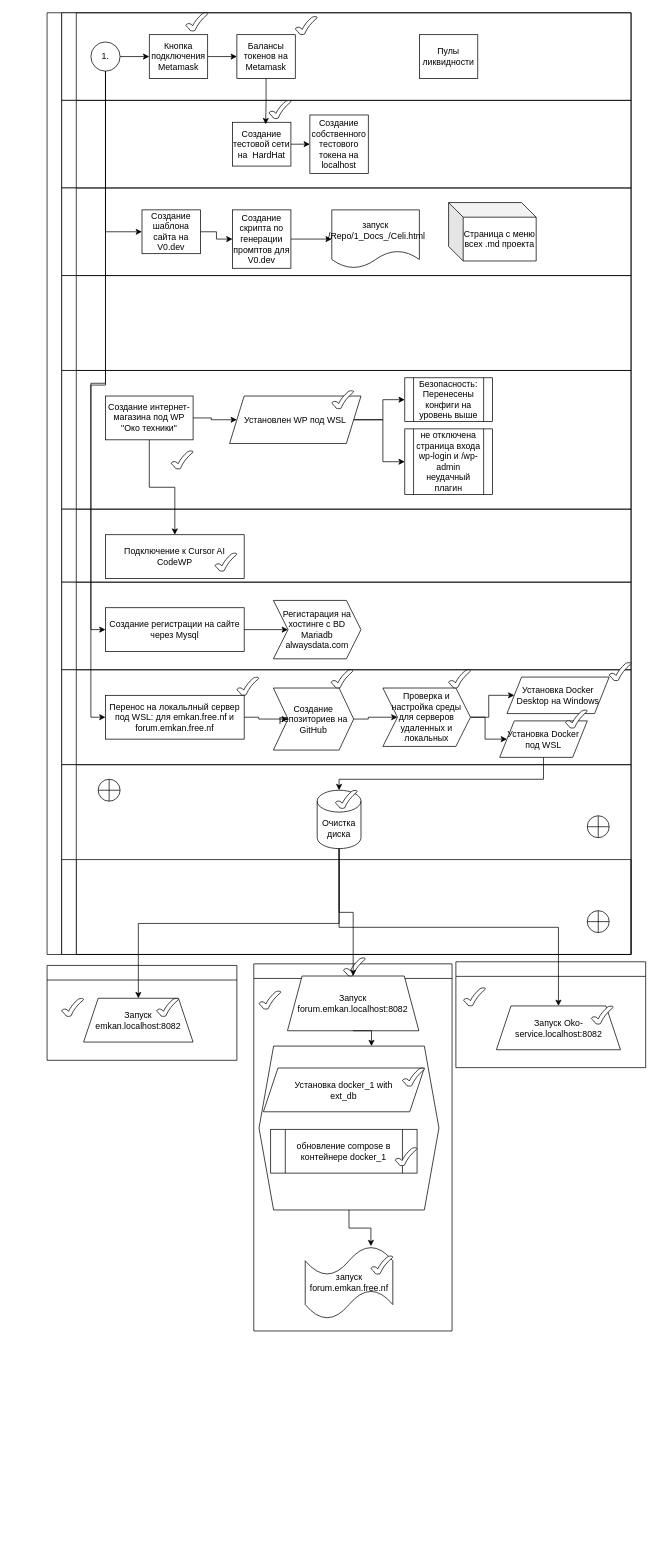
This is ЖИЦЗО.drawio from ElvenRivendil/Diagrams_blocks_algoritms, a draw.io file, before an edit. Source tidied: cells renumbered, new cells numbered last; positions are measured from the earlier drawing's top-left corner, leaving out a move shared by most shapes. Both pictures are drawn from the tidied source at 73%, with x=0, y=0 at pixel (47, 12).
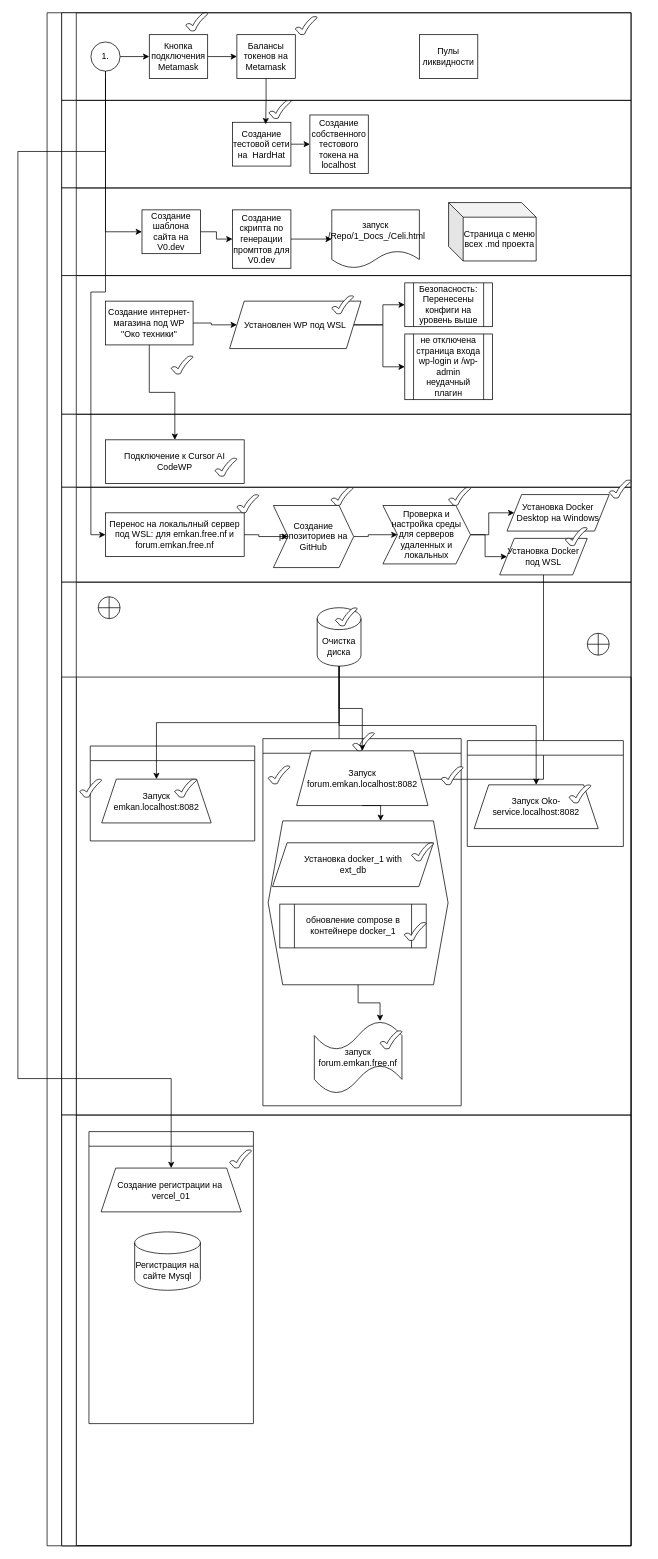
Above is the later version.

The change refers to these unchanged cells:
```xml
<mxCell id="5" value="1." style="ellipse;whiteSpace=wrap;html=1;" parent="3" vertex="1">
  <mxGeometry x="40" y="40" width="40" height="40" as="geometry" />
</mxCell>
<mxCell id="58" value="Установка Docker под WSL" style="shape=parallelogram;perimeter=parallelogramPerimeter;whiteSpace=wrap;html=1;fixedSize=1;" parent="48" vertex="1">
  <mxGeometry x="600" y="70" width="120" height="50" as="geometry" />
</mxCell>
<mxCell id="67" value="Очистка диска" style="shape=cylinder3;whiteSpace=wrap;html=1;boundedLbl=1;backgroundOutline=1;size=15;" parent="65" vertex="1">
  <mxGeometry x="350" y="35" width="60" height="80" as="geometry" />
</mxCell>
<mxCell id="78" value="Запуск forum.emkan.localhost:8082" style="shape=trapezoid;perimeter=trapezoidPerimeter;whiteSpace=wrap;html=1;fixedSize=1;" parent="77" vertex="1">
  <mxGeometry x="161.8" y="-99" width="180" height="75" as="geometry" />
</mxCell>
```

Change to the diagram source:
```diff
@@
     <mxCell id="2" style="swimlane;html=1;horizontal=0;startSize=20;" parent="1" vertex="1">
-      <mxGeometry width="800" height="1290" as="geometry" />
+      <mxGeometry width="800" height="2100" as="geometry" />
     </mxCell>
@@
-    <mxCell id="26" style="swimlane;html=1;startSize=20;horizontal=0;" parent="2" vertex="1">
-      <mxGeometry x="20" y="360" width="780" height="130" as="geometry" />
-    </mxCell>
     <mxCell id="27" style="swimlane;html=1;startSize=20;horizontal=0;" parent="2" vertex="1">
-      <mxGeometry x="20" y="490" width="780" height="190" as="geometry" />
+      <mxGeometry x="20" y="360" width="780" height="190" as="geometry" />
     </mxCell>
@@
     <mxCell id="38" style="swimlane;html=1;startSize=20;horizontal=0;" parent="2" vertex="1">
-      <mxGeometry x="20" y="680" width="780" height="100" as="geometry" />
+      <mxGeometry x="20" y="550" width="780" height="100" as="geometry" />
     </mxCell>
@@
-    <mxCell id="42" style="swimlane;html=1;startSize=20;horizontal=0;" parent="2" vertex="1">
-      <mxGeometry x="20" y="780" width="780" height="120" as="geometry" />
-    </mxCell>
-    <mxCell id="43" style="group;" parent="42" vertex="1">
-      <mxGeometry x="60" y="35" width="190" height="60" as="geometry" />
-    </mxCell>
-    <mxCell id="44" value="Создание регистрации на сайте через Mysql" style="rounded=0;whiteSpace=wrap;html=1;" parent="43" vertex="1">
-      <mxGeometry width="190" height="60" as="geometry" />
-    </mxCell>
-    <mxCell id="45" value="Регистарация на хостинге с BD Mariadb alwaysdata.com" style="shape=step;perimeter=stepPerimeter;whiteSpace=wrap;html=1;fixedSize=1;" parent="42" vertex="1">
-      <mxGeometry x="290" y="25" width="120" height="80" as="geometry" />
-    </mxCell>
-    <mxCell id="46" style="edgeStyle=orthogonalEdgeStyle;rounded=0;jettySize=auto;html=1;exitX=1;exitY=0.5;exitDx=0;exitDy=0;fontFamily=Helvetica;fontSize=12;fontColor=default;entryX=0;entryY=0.5;entryDx=0;entryDy=0;" parent="42" edge="1" source="44" target="45">
-      <mxGeometry relative="1" as="geometry" />
-    </mxCell>
-    <mxCell id="47" style="edgeStyle=orthogonalEdgeStyle;rounded=0;jettySize=auto;html=1;exitX=0.5;exitY=1;exitDx=0;exitDy=0;entryX=0;entryY=0.5;entryDx=0;entryDy=0;" parent="2" edge="1" source="5" target="44">
-      <mxGeometry relative="1" as="geometry">
-        <Array as="points">
-          <mxPoint x="80" y="510" />
-          <mxPoint x="60" y="510" />
-          <mxPoint x="60" y="845" />
-        </Array>
-      </mxGeometry>
-    </mxCell>
     <mxCell id="48" style="swimlane;html=1;startSize=20;horizontal=0;" parent="2" vertex="1">
-      <mxGeometry x="20" y="900" width="780" height="130" as="geometry" />
+      <mxGeometry x="20" y="650" width="780" height="130" as="geometry" />
     </mxCell>
@@
+    <mxCell id="72" style="edgeStyle=orthogonalEdgeStyle;rounded=0;jettySize=auto;html=1;exitX=0.5;exitY=1;exitDx=0;exitDy=0;entryX=0.5;entryY=0;entryDx=0;entryDy=0;entryPerimeter=0;" parent="2" edge="1" source="58" target="67">
+      <mxGeometry relative="1" as="geometry">
+        <Array as="points">
+          <mxPoint x="680" y="1050" />
+          <mxPoint x="400" y="1050" />
+        </Array>
+      </mxGeometry>
+    </mxCell>
     <mxCell id="65" style="swimlane;html=1;startSize=20;horizontal=0;" parent="2" vertex="1">
-      <mxGeometry x="20" y="1030" width="780" height="260" as="geometry" />
+      <mxGeometry x="20" y="780" width="780" height="1320" as="geometry" />
     </mxCell>
@@
     <mxCell id="68" style="swimlane;html=1;startSize=20;horizontal=0;" parent="65" vertex="1">
-      <mxGeometry y="130" width="780" height="130" as="geometry" />
+      <mxGeometry y="130" width="780" height="600" as="geometry" />
     </mxCell>
-    <mxCell id="69" style="shape=orEllipse;perimeter=ellipsePerimeter;whiteSpace=wrap;html=1;backgroundOutline=1;" parent="68" vertex="1">
-      <mxGeometry x="720" y="70" width="30" height="30" as="geometry" />
-    </mxCell>
-    <mxCell id="70" style="verticalLabelPosition=bottom;verticalAlign=top;html=1;shape=mxgraph.basic.tick;" parent="65" vertex="1">
-      <mxGeometry x="375" y="35" width="30" height="25" as="geometry" />
-    </mxCell>
-    <mxCell id="71" style="shape=orEllipse;perimeter=ellipsePerimeter;whiteSpace=wrap;html=1;backgroundOutline=1;" parent="65" vertex="1">
-      <mxGeometry x="50" y="20" width="30" height="30" as="geometry" />
-    </mxCell>
-    <mxCell id="72" style="edgeStyle=orthogonalEdgeStyle;rounded=0;jettySize=auto;html=1;exitX=0.5;exitY=1;exitDx=0;exitDy=0;entryX=0.5;entryY=0;entryDx=0;entryDy=0;entryPerimeter=0;" parent="2" edge="1" source="58" target="67">
-      <mxGeometry relative="1" as="geometry">
-        <Array as="points">
-          <mxPoint x="680" y="1050" />
-          <mxPoint x="400" y="1050" />
-        </Array>
-      </mxGeometry>
-    </mxCell>
-    <mxCell id="73" style="swimlane;html=1;startSize=20;horizontal=0;rotation=90;" parent="1" vertex="1">
-      <mxGeometry x="65" y="1240" width="130" height="260" as="geometry" />
+    <mxCell id="73" style="swimlane;html=1;startSize=20;horizontal=0;rotation=90;" parent="68" vertex="1">
+      <mxGeometry x="86.8" y="46.8" width="130" height="225.3" as="geometry" />
     </mxCell>
     <mxCell id="74" value="Запуск emkan.localhost:8082" style="shape=trapezoid;perimeter=trapezoidPerimeter;whiteSpace=wrap;html=1;fixedSize=1;" parent="73" vertex="1">
-      <mxGeometry x="-15" y="110" width="150" height="60" as="geometry" />
+      <mxGeometry x="-32" y="93" width="150" height="60" as="geometry" />
     </mxCell>
     <mxCell id="75" style="verticalLabelPosition=bottom;verticalAlign=top;html=1;shape=mxgraph.basic.tick;" parent="73" vertex="1">
-      <mxGeometry x="85" y="110" width="30" height="25" as="geometry" />
+      <mxGeometry x="68" y="93" width="30" height="25" as="geometry" />
     </mxCell>
     <mxCell id="76" style="verticalLabelPosition=bottom;verticalAlign=top;html=1;shape=mxgraph.basic.tick;" parent="73" vertex="1">
-      <mxGeometry x="-45" y="110" width="30" height="25" as="geometry" />
+      <mxGeometry x="-62" y="93" width="30" height="25" as="geometry" />
     </mxCell>
-    <mxCell id="77" style="swimlane;html=1;startSize=20;horizontal=0;rotation=90;" parent="1" vertex="1">
-      <mxGeometry x="167.5" y="1418.5" width="502.9" height="271.6" as="geometry" />
+    <mxCell id="77" style="swimlane;html=1;startSize=20;horizontal=0;rotation=90;" parent="68" vertex="1">
+      <mxGeometry x="160" y="200" width="502.9" height="271.6" as="geometry" />
     </mxCell>
@@
-    <mxCell id="91" style="swimlane;html=1;startSize=20;horizontal=0;rotation=90;" parent="1" vertex="1">
-      <mxGeometry x="617.5" y="1242.5" width="145" height="260" as="geometry" />
+    <mxCell id="91" style="swimlane;html=1;startSize=20;horizontal=0;rotation=90;" parent="68" vertex="1">
+      <mxGeometry x="590" y="52.6" width="145" height="213.8" as="geometry" />
     </mxCell>
     <mxCell id="92" value="Запуск Oko-service.localhost:8082" style="shape=trapezoid;perimeter=trapezoidPerimeter;whiteSpace=wrap;html=1;fixedSize=1;" parent="91" vertex="1">
-      <mxGeometry x="-2" y="118" width="170" height="60" as="geometry" />
+      <mxGeometry x="-25" y="95" width="170" height="60" as="geometry" />
     </mxCell>
     <mxCell id="93" style="verticalLabelPosition=bottom;verticalAlign=top;html=1;shape=mxgraph.basic.tick;" parent="91" vertex="1">
-      <mxGeometry x="128" y="118" width="30" height="25" as="geometry" />
+      <mxGeometry x="105" y="95" width="30" height="25" as="geometry" />
     </mxCell>
     <mxCell id="94" style="verticalLabelPosition=bottom;verticalAlign=top;html=1;shape=mxgraph.basic.tick;" parent="91" vertex="1">
-      <mxGeometry x="-47" y="93" width="30" height="25" as="geometry" />
+      <mxGeometry x="-70" y="70" width="30" height="25" as="geometry" />
     </mxCell>
+    <mxCell id="70" style="verticalLabelPosition=bottom;verticalAlign=top;html=1;shape=mxgraph.basic.tick;" parent="65" vertex="1">
+      <mxGeometry x="375" y="35" width="30" height="25" as="geometry" />
+    </mxCell>
+    <mxCell id="71" style="shape=orEllipse;perimeter=ellipsePerimeter;whiteSpace=wrap;html=1;backgroundOutline=1;" parent="65" vertex="1">
+      <mxGeometry x="50" y="20" width="30" height="30" as="geometry" />
+    </mxCell>
-    <mxCell id="95" style="edgeStyle=orthogonalEdgeStyle;rounded=0;jettySize=auto;html=1;exitX=0.5;exitY=1;exitDx=0;exitDy=0;exitPerimeter=0;entryX=0.5;entryY=0;entryDx=0;entryDy=0;" parent="1" edge="1" source="67" target="74">
+    <mxCell id="95" style="edgeStyle=orthogonalEdgeStyle;rounded=0;jettySize=auto;html=1;exitX=0.5;exitY=1;exitDx=0;exitDy=0;exitPerimeter=0;entryX=0.5;entryY=0;entryDx=0;entryDy=0;" parent="65" edge="1" source="67" target="74">
       <mxGeometry relative="1" as="geometry" />
     </mxCell>
-    <mxCell id="96" style="edgeStyle=orthogonalEdgeStyle;rounded=0;jettySize=auto;html=1;exitX=0.5;exitY=1;exitDx=0;exitDy=0;exitPerimeter=0;entryX=0.5;entryY=0;entryDx=0;entryDy=0;" parent="1" edge="1" source="67" target="78">
+    <mxCell id="96" style="edgeStyle=orthogonalEdgeStyle;rounded=0;jettySize=auto;html=1;exitX=0.5;exitY=1;exitDx=0;exitDy=0;exitPerimeter=0;entryX=0.5;entryY=0;entryDx=0;entryDy=0;" parent="65" edge="1" source="67" target="78">
       <mxGeometry relative="1" as="geometry" />
     </mxCell>
-    <mxCell id="97" style="edgeStyle=orthogonalEdgeStyle;rounded=0;jettySize=auto;html=1;exitX=0.5;exitY=1;exitDx=0;exitDy=0;exitPerimeter=0;entryX=0.5;entryY=0;entryDx=0;entryDy=0;" parent="1" edge="1" source="67" target="92">
+    <mxCell id="97" style="edgeStyle=orthogonalEdgeStyle;rounded=0;jettySize=auto;html=1;exitX=0.5;exitY=1;exitDx=0;exitDy=0;exitPerimeter=0;entryX=0.5;entryY=0;entryDx=0;entryDy=0;" parent="65" edge="1" source="67" target="92">
       <mxGeometry relative="1" as="geometry" />
     </mxCell>
+    <mxCell id="98" style="swimlane;html=1;startSize=20;horizontal=0;" parent="65" vertex="1">
+      <mxGeometry y="730" width="780" height="590" as="geometry" />
+    </mxCell>
+    <mxCell id="99" style="swimlane;html=1;startSize=20;horizontal=0;rotation=90;" parent="98" vertex="1">
+      <mxGeometry x="-50" y="110" width="400" height="225.3" as="geometry" />
+    </mxCell>
+    <mxCell id="100" value="Создание регистрации на&amp;nbsp; vercel_01" style="shape=trapezoid;perimeter=trapezoidPerimeter;whiteSpace=wrap;html=1;fixedSize=1;" parent="99" vertex="1">
+      <mxGeometry x="104" y="-37.4" width="192" height="60" as="geometry" />
+    </mxCell>
+    <mxCell id="101" style="verticalLabelPosition=bottom;verticalAlign=top;html=1;shape=mxgraph.basic.tick;" parent="99" vertex="1">
+      <mxGeometry x="280" y="-62.4" width="30" height="25" as="geometry" />
+    </mxCell>
+    <mxCell id="102" value="Регистрация на сайте Mysql" style="shape=cylinder3;whiteSpace=wrap;html=1;boundedLbl=1;backgroundOutline=1;size=15;" parent="99" vertex="1">
+      <mxGeometry x="150" y="50" width="90" height="80" as="geometry" />
+    </mxCell>
+    <mxCell id="103" style="edgeStyle=orthogonalEdgeStyle;rounded=0;jettySize=auto;html=1;entryX=0.5;entryY=0;entryDx=0;entryDy=0;" parent="2" edge="1" target="100">
+      <mxGeometry relative="1" as="geometry">
+        <mxPoint x="80" y="90" as="sourcePoint" />
+        <Array as="points">
+          <mxPoint x="80" y="190" />
+          <mxPoint x="-40" y="190" />
+          <mxPoint x="-40" y="1460" />
+          <mxPoint x="170" y="1460" />
+        </Array>
+      </mxGeometry>
+    </mxCell>
```
